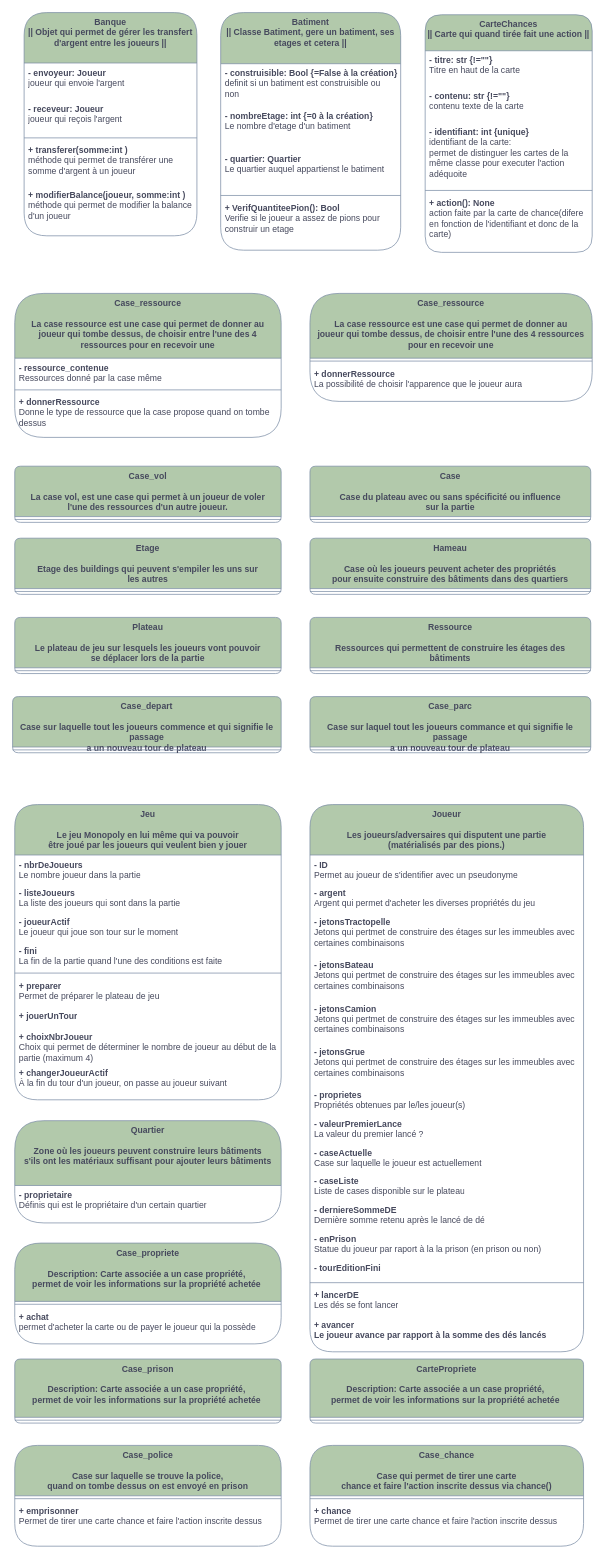
Earlier version of the draw.io diagram page "Classes suposée finie" (4 of 4) of B__Analyse/DiagrameDesClasses.drawio (gazhonsepaskwa/builder). Source tidied: cells renumbered, new cells numbered last; positions are measured from the earlier drawing's top-left corner, leaving out a move shared by most shapes. Both pictures are drawn from the tidied source at 72%, with x=0, y=0 at pixel (12, 12).
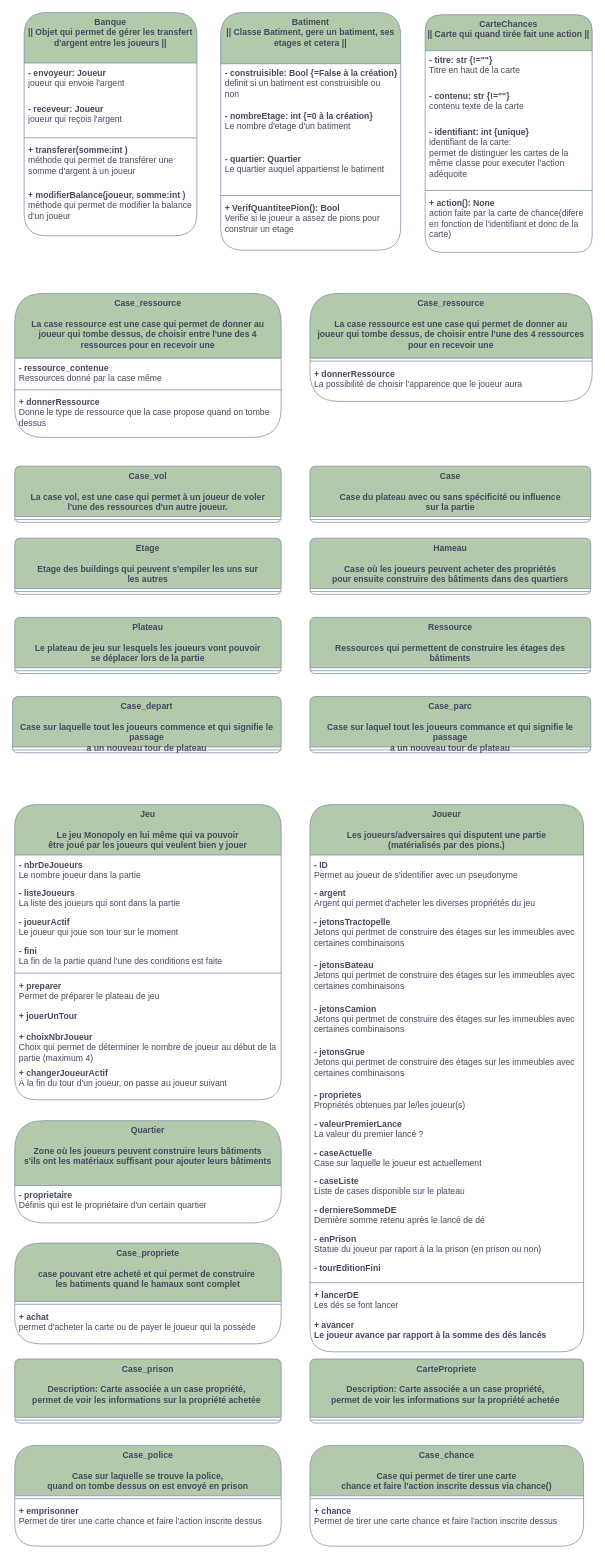
After the change.

Change to the diagram source:
```diff
@@
-    <mxCell id="68" value="Case_propriete&lt;br&gt;&lt;br&gt;&lt;div&gt;&lt;div&gt;Description: Carte associée a un case propriété,&amp;nbsp;&lt;/div&gt;&lt;div&gt;permet de voir les informations sur la propriété achetée&amp;nbsp;&lt;/div&gt;&lt;/div&gt;&lt;div&gt;&lt;br&gt;&lt;/div&gt;" style="swimlane;fontStyle=1;align=center;verticalAlign=top;horizontal=1;startSize=81;whiteSpace=wrap;html=1;labelBackgroundColor=none;fillColor=#B2C9AB;strokeColor=#788AA3;fontColor=#46495D;rounded=1;" parent="1" vertex="1">
+    <mxCell id="68" value="Case_propriete&lt;br&gt;&lt;br&gt;&lt;div&gt;&lt;div&gt;case pouvant etre acheté et qui permet de construire&amp;nbsp;&lt;/div&gt;&lt;div&gt;les batiments quand le hamaux sont complet&lt;/div&gt;&lt;/div&gt;&lt;div&gt;&lt;br&gt;&lt;/div&gt;" style="swimlane;fontStyle=1;align=center;verticalAlign=top;horizontal=1;startSize=81;whiteSpace=wrap;html=1;labelBackgroundColor=none;fillColor=#B2C9AB;strokeColor=#788AA3;fontColor=#46495D;rounded=1;" parent="1" vertex="1">
       <mxGeometry x="3" y="1709" width="370" height="140" as="geometry" />
     </mxCell>
```
